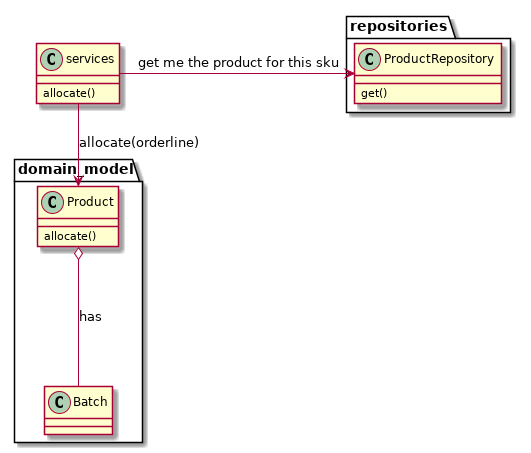
The PlantUML diagram images/after_aggregates_diagram.png in cosmicpython/book, before a commit.
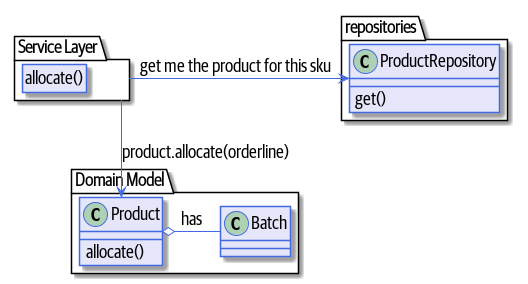
The same file after the commit.

The edit, as a diff of the source:
```diff
@@ -1,11 +1,40 @@
 @startuml
-
-class services {
-    allocate()
+skinparam default {
+    FontName Guardian Sans Cond Regular
+    FontSize 18
+    FontColor Black
+    Padding 100
 }
 
+skinparam class {
+    BackgroundColor Lavender
+    BorderColor RoyalBlue
+}
+skinparam package {
+    FontName Guardian Sans Cond Light
+}
 
-package domain_model {
+skinparam sequencelifeline {
+    BorderColor RoyalBlue
+}
+skinparam arrow {
+    Color RoyalBlue
+}
+skinparam participant {
+    BackgroundColor Lavender
+    BorderColor RoyalBlue
+}
+
+package "Service Layer" as services {
+    class "allocate()" as allocate {
+    }
+}
+
+hide allocate circle
+hide allocate members
+
+
+package "Domain Model" as domain_model {
 
   class Product {
     allocate()
@@ -25,7 +54,7 @@
 }
 
 services -> ProductRepository: get me the product for this sku
-services --> Product: allocate(orderline)
-Product o-- Batch: has
+services --> Product: product.allocate(orderline)
+Product o- Batch: has
 
 @enduml
```
